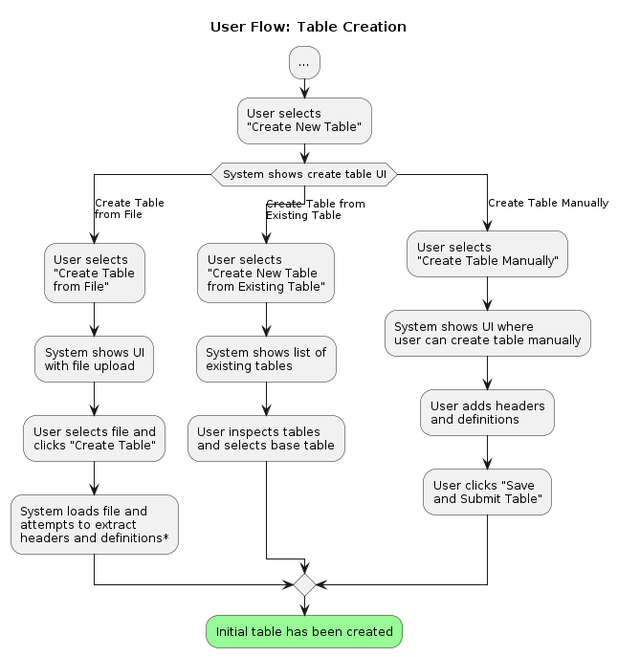
Earlier version of the PlantUML export docs/design/images/user-flow-table-creation.png (signekb/seedcase-sprout).
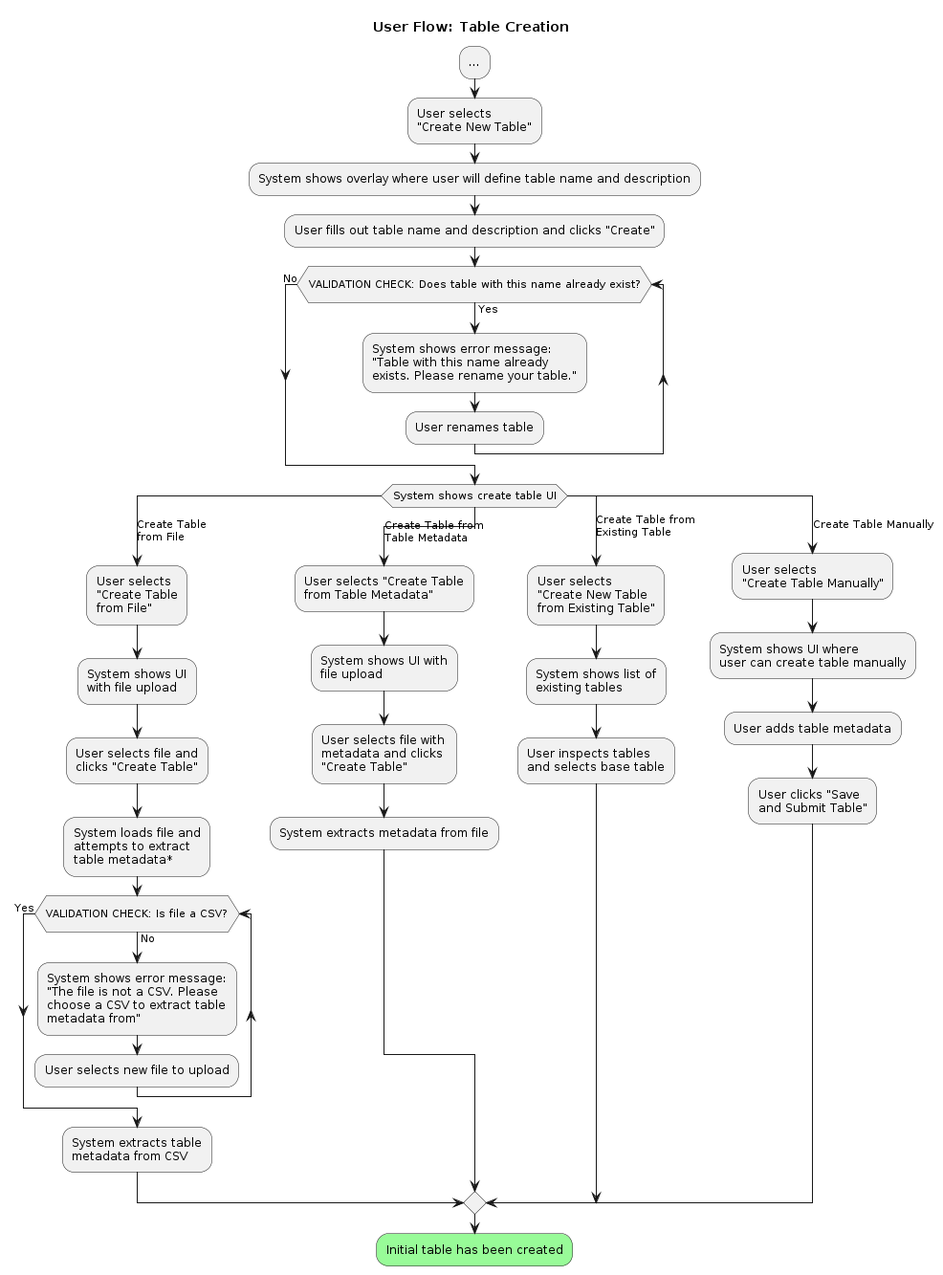
The same file after the commit.

Commit message:
docs: update user flow subparts to follow main diagram

The edit, as a diff of the source:
```diff
@@ -3,7 +3,15 @@
 title User Flow: Table Creation
 
 :...;
-:User selects\n"Create New Table";
+  :User selects\n"Create New Table";
+  :System shows overlay where user will define table name and description;
+  :User fills out table name and description and clicks "Create";
+  while (\nVALIDATION CHECK: Does table with this name already exist?\n) is (Yes)
+    :System shows error message:
+    "Table with this name already
+    exists. Please rename your table.";
+    :User renames table;
+  end while (No)
   switch (System shows create table UI)
     case (Create Table\nfrom File)
       :User selects
@@ -15,7 +23,25 @@
       clicks "Create Table";
       :System loads file and
       attempts to extract
-      headers and definitions*;
+      table metadata*;
+    while (\nVALIDATION CHECK: Is file a CSV?\n) is (No)
+      :System shows error message:
+      "The file is not a CSV. Please
+      choose a CSV to extract table
+      metadata from";
+      :User selects new file to upload;
+    end while (Yes)
+    :System extracts table
+    metadata from CSV;
+    case (Create Table from \nTable Metadata)
+      :User selects "Create Table
+      from Table Metadata";
+      :System shows UI with
+      file upload;
+      :User selects file with
+      metadata and clicks
+      "Create Table";
+      :System extracts metadata from file;
     case (Create Table from\nExisting Table)
       :User selects
       "Create New Table
@@ -29,8 +55,7 @@
       "Create Table Manually";
       :System shows UI where
       user can create table manually;
-      :User adds headers
-      and definitions;
+      :User adds table metadata;
       :User clicks "Save
       and Submit Table";
     endswitch
```
